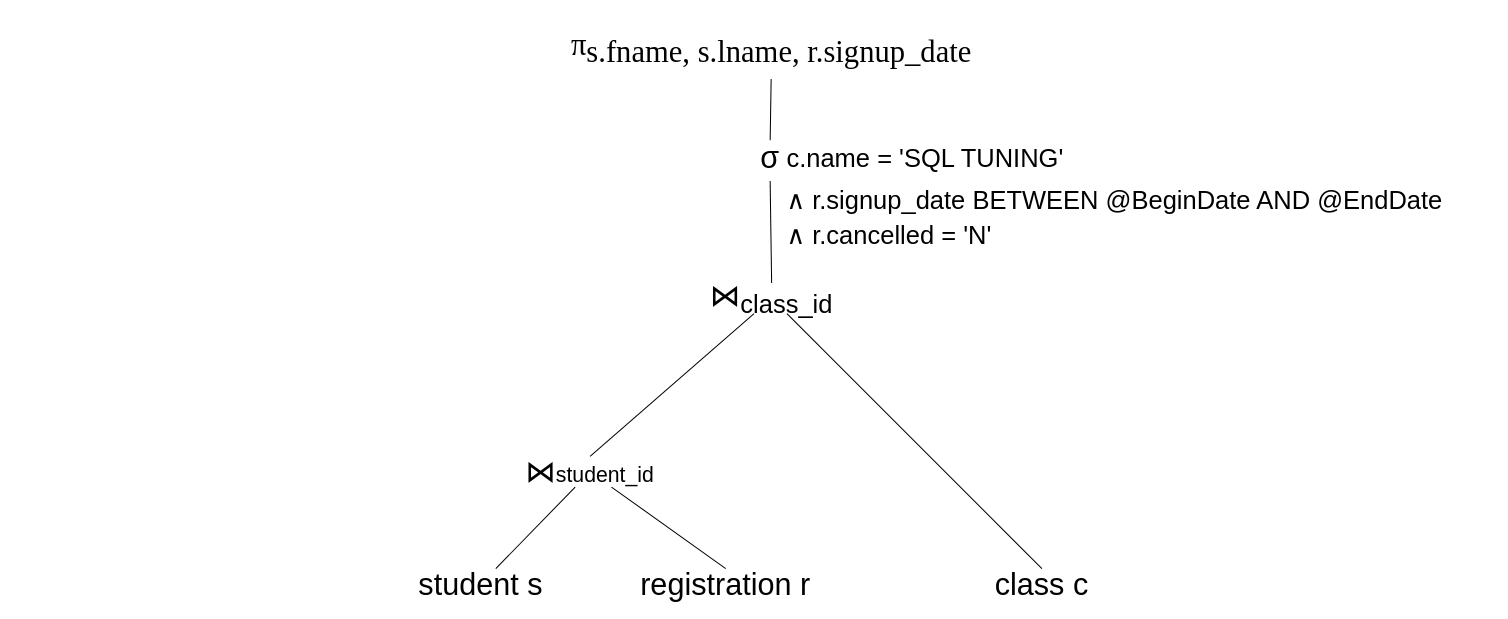
This is page "TH 1: raw" (1 of 4) of SQLTurning.drawio from nguyenhuy158/diagrams, a draw.io file, before an edit. Source tidied: cells renumbered, new cells numbered last; positions are measured from the earlier drawing's top-left corner, leaving out a move shared by most shapes. Both pictures are drawn from the tidied source at 102%, with x=0, y=0 at pixel (409, 17).
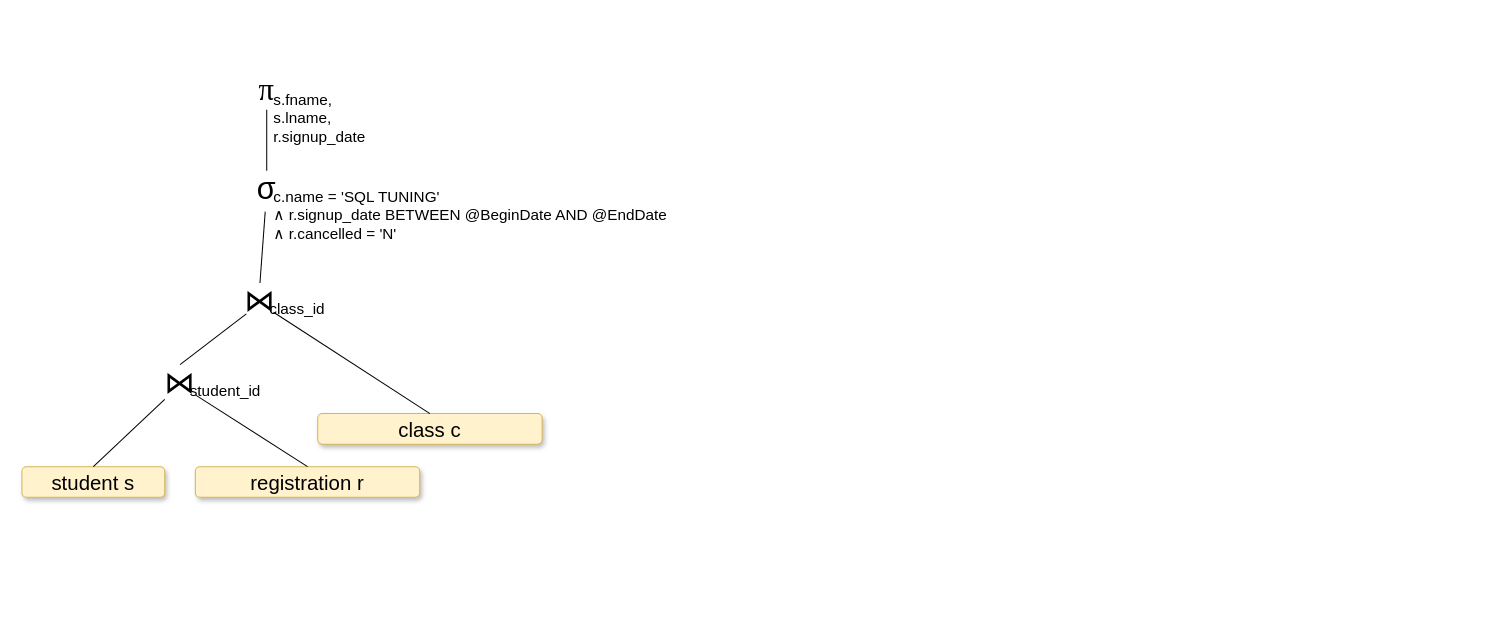
The same diagram, later.

What changed in the source:
```diff
@@
-    <mxCell id="2" style="rounded=0;jettySize=auto;html=1;fontSize=30;endArrow=none;endFill=0;" parent="1" edge="1" source="3" target="15">
-      <mxGeometry relative="1" as="geometry" />
-    </mxCell>
-    <mxCell id="3" value="&lt;span id=&quot;docs-internal-guid-24cfe74f-7fff-80c8-4b2b-47ca78d1e50c&quot; style=&quot;font-size: 30px;&quot;&gt;&lt;span style=&quot;font-size: 30px; font-family: &amp;quot;Times New Roman&amp;quot;; background-color: transparent; font-variant-numeric: normal; font-variant-east-asian: normal;&quot;&gt;π&lt;sub style=&quot;font-size: 30px;&quot;&gt;s.fname, s.lname, r.signup_date&lt;/sub&gt;&lt;/span&gt;&lt;/span&gt;" style="text;html=1;strokeColor=none;fillColor=none;align=center;verticalAlign=middle;whiteSpace=wrap;rounded=0;fontSize=30;" parent="1" vertex="1">
-      <mxGeometry x="145" width="420" height="60" as="geometry" />
-    </mxCell>
-    <mxCell id="4" style="rounded=0;jettySize=auto;html=1;fontSize=30;endArrow=none;endFill=0;" parent="1" edge="1" source="6" target="7">
-      <mxGeometry relative="1" as="geometry" />
-    </mxCell>
-    <mxCell id="5" style="edgeStyle=none;rounded=0;jettySize=auto;html=1;entryX=0.5;entryY=0;entryDx=0;entryDy=0;fontSize=30;endArrow=none;endFill=0;" parent="1" edge="1" source="6" target="8">
-      <mxGeometry relative="1" as="geometry" />
-    </mxCell>
-    <mxCell id="6" value="⋈&lt;span style=&quot;font-size: 20.8333px;&quot;&gt;student_id&lt;/span&gt;" style="text;html=1;strokeColor=none;fillColor=none;align=center;verticalAlign=middle;whiteSpace=wrap;rounded=0;fontSize=30;" parent="1" vertex="1">
-      <mxGeometry x="100" y="430" width="154" height="30" as="geometry" />
-    </mxCell>
-    <mxCell id="7" value="student s" style="text;html=1;strokeColor=none;fillColor=none;align=center;verticalAlign=middle;whiteSpace=wrap;rounded=0;fontSize=30;" parent="1" vertex="1">
-      <mxGeometry y="540" width="140" height="30" as="geometry" />
+    <mxCell id="7" value="student s" style="text;html=1;strokeColor=#d6b656;fillColor=#fff2cc;align=center;verticalAlign=middle;whiteSpace=wrap;rounded=1;fontSize=20;shadow=1;sketch=0;glass=0;" parent="1" vertex="1">
+      <mxGeometry x="-380" y="440" width="140" height="30" as="geometry" />
     </mxCell>
-    <mxCell id="8" value="registration r" style="text;html=1;strokeColor=none;fillColor=none;align=center;verticalAlign=middle;whiteSpace=wrap;rounded=0;fontSize=30;" parent="1" vertex="1">
-      <mxGeometry x="200" y="540" width="220" height="30" as="geometry" />
+    <mxCell id="8" value="registration r" style="text;html=1;strokeColor=#d6b656;fillColor=#fff2cc;align=center;verticalAlign=middle;whiteSpace=wrap;rounded=1;fontSize=20;shadow=1;sketch=0;glass=0;" parent="1" vertex="1">
+      <mxGeometry x="-210" y="440" width="220" height="30" as="geometry" />
     </mxCell>
-    <mxCell id="9" style="edgeStyle=none;rounded=0;jettySize=auto;html=1;entryX=0.5;entryY=0;entryDx=0;entryDy=0;fontSize=30;endArrow=none;endFill=0;" parent="1" edge="1" source="11" target="12">
-      <mxGeometry relative="1" as="geometry" />
-    </mxCell>
-    <mxCell id="10" style="rounded=0;jettySize=auto;html=1;entryX=0.5;entryY=0;entryDx=0;entryDy=0;endArrow=none;endFill=0;" parent="1" edge="1" source="11" target="6">
-      <mxGeometry relative="1" as="geometry" />
-    </mxCell>
-    <mxCell id="11" value="⋈&lt;sub&gt;class_id&lt;/sub&gt;" style="text;html=1;strokeColor=none;fillColor=none;align=center;verticalAlign=middle;whiteSpace=wrap;rounded=0;fontSize=30;" parent="1" vertex="1">
-      <mxGeometry x="278" y="260" width="154" height="30" as="geometry" />
-    </mxCell>
-    <mxCell id="12" value="class c" style="text;html=1;strokeColor=none;fillColor=none;align=center;verticalAlign=middle;whiteSpace=wrap;rounded=0;fontSize=30;" parent="1" vertex="1">
-      <mxGeometry x="510" y="540" width="220" height="30" as="geometry" />
+    <mxCell id="12" value="class c" style="text;html=1;strokeColor=#d6b656;fillColor=#fff2cc;align=center;verticalAlign=middle;whiteSpace=wrap;rounded=1;fontSize=20;shadow=1;sketch=0;glass=0;" parent="1" vertex="1">
+      <mxGeometry x="-90" y="388" width="220" height="30" as="geometry" />
     </mxCell>
-    <mxCell id="13" style="edgeStyle=orthogonalEdgeStyle;rounded=0;orthogonalLoop=1;jettySize=auto;html=1;exitX=0.5;exitY=1;exitDx=0;exitDy=0;" parent="1" edge="1" source="11" target="11">
-      <mxGeometry relative="1" as="geometry" />
+    <mxCell id="13" style="edgeStyle=orthogonalEdgeStyle;rounded=0;orthogonalLoop=1;jettySize=auto;html=1;exitX=0.5;exitY=1;exitDx=0;exitDy=0;" parent="1" edge="1">
+      <mxGeometry relative="1" as="geometry">
+        <mxPoint x="355" y="290" as="sourcePoint" />
+        <mxPoint x="355" y="290" as="targetPoint" />
+      </mxGeometry>
     </mxCell>
-    <mxCell id="14" style="group;" parent="1" vertex="1">
-      <mxGeometry x="310" y="120" width="750" height="100" as="geometry" />
-    </mxCell>
+    <mxCell id="18" style="rounded=0;jettySize=auto;html=1;entryX=0.5;entryY=0;entryDx=0;entryDy=0;endArrow=none;endFill=0;" parent="1" edge="1" source="20" target="15">
+      <mxGeometry relative="1" as="geometry" />
+    </mxCell>
+    <mxCell id="19" style="group;" parent="1" vertex="1">
+      <mxGeometry x="-160" y="50" width="260" height="100" as="geometry" />
+    </mxCell>
+    <mxCell id="20" value="&lt;span id=&quot;docs-internal-guid-24cfe74f-7fff-80c8-4b2b-47ca78d1e50c&quot; style=&quot;font-size: 30px;&quot;&gt;&lt;span style=&quot;font-size: 30px; font-family: &amp;quot;Times New Roman&amp;quot;; background-color: transparent; font-variant-numeric: normal; font-variant-east-asian: normal;&quot;&gt;π&lt;/span&gt;&lt;/span&gt;" style="text;html=1;strokeColor=none;fillColor=none;align=center;verticalAlign=middle;whiteSpace=wrap;rounded=0;fontSize=30;" parent="19" vertex="1">
+      <mxGeometry width="40" height="40" as="geometry" />
+    </mxCell>
+    <mxCell id="21" value="&lt;div style=&quot;&quot;&gt;s.fname,&lt;/div&gt;&lt;div style=&quot;&quot;&gt;s.lname,&lt;/div&gt;&lt;div style=&quot;&quot;&gt;r.signup_date&lt;br&gt;&lt;/div&gt;" style="text;html=1;strokeColor=none;fillColor=none;align=left;verticalAlign=middle;whiteSpace=wrap;rounded=0;fontSize=15;" parent="19" vertex="1">
+      <mxGeometry x="25" y="17" width="230" height="61" as="geometry" />
+    </mxCell>
+    <mxCell id="22" style="group;" parent="1" vertex="1">
+      <mxGeometry x="-160" y="150" width="470" height="110" as="geometry" />
+    </mxCell>
-    <mxCell id="15" value="σ&lt;sub&gt;&lt;br&gt;&lt;/sub&gt;" style="text;html=1;strokeColor=none;fillColor=none;align=center;verticalAlign=middle;whiteSpace=wrap;rounded=0;fontSize=30;" parent="14" vertex="1">
-      <mxGeometry width="86.5" height="40" as="geometry" />
+    <mxCell id="15" value="σ&lt;sub&gt;&lt;br&gt;&lt;/sub&gt;" style="text;html=1;strokeColor=none;fillColor=none;align=center;verticalAlign=middle;whiteSpace=wrap;rounded=0;fontSize=30;" parent="22" vertex="1">
+      <mxGeometry width="40" height="40" as="geometry" />
     </mxCell>
-    <mxCell id="16" value="&lt;sub&gt;c.name = 'SQL TUNING' &lt;br&gt;∧ r.signup_date BETWEEN @BeginDate AND @EndDate&amp;nbsp;&lt;br&gt;&lt;/sub&gt;&lt;span style=&quot;font-size: 25px;&quot;&gt;∧ r.cancelled = 'N'&lt;/span&gt;" style="text;html=1;strokeColor=none;fillColor=none;align=left;verticalAlign=middle;whiteSpace=wrap;rounded=0;fontSize=30;" parent="14" vertex="1">
-      <mxGeometry x="57.7" width="692.3" height="100" as="geometry" />
+    <mxCell id="16" value="&lt;div style=&quot;&quot;&gt;&lt;div style=&quot;&quot;&gt;c.name = 'SQL TUNING'&lt;/div&gt;&lt;div style=&quot;&quot;&gt;∧ r.signup_date BETWEEN @BeginDate AND @EndDate&amp;nbsp;&lt;/div&gt;&lt;div style=&quot;&quot;&gt;∧ r.cancelled = 'N'&lt;/div&gt;&lt;/div&gt;" style="text;html=1;strokeColor=none;fillColor=none;align=left;verticalAlign=middle;whiteSpace=wrap;rounded=0;fontSize=15;" parent="22" vertex="1">
+      <mxGeometry x="25" y="14" width="440" height="57" as="geometry" />
     </mxCell>
-    <mxCell id="17" style="rounded=0;jettySize=auto;html=1;entryX=0.5;entryY=0;entryDx=0;entryDy=0;endArrow=none;endFill=0;" parent="1" edge="1" source="15" target="11">
-      <mxGeometry relative="1" as="geometry" />
-    </mxCell>
+    <mxCell id="23" style="group;" parent="1" vertex="1">
+      <mxGeometry x="-160" y="260" width="80" height="40" as="geometry" />
+    </mxCell>
+    <mxCell id="24" value="⋈&lt;sub&gt;&lt;br&gt;&lt;/sub&gt;" style="text;html=1;strokeColor=none;fillColor=none;align=center;verticalAlign=middle;whiteSpace=wrap;rounded=0;fontSize=30;" parent="23" vertex="1">
+      <mxGeometry width="26.7" height="40" as="geometry" />
+    </mxCell>
+    <mxCell id="25" value="&lt;div style=&quot;&quot;&gt;class_id&lt;br&gt;&lt;/div&gt;" style="text;html=1;strokeColor=none;fillColor=none;align=left;verticalAlign=middle;whiteSpace=wrap;rounded=0;fontSize=15;" parent="23" vertex="1">
+      <mxGeometry x="20.6" y="15" width="59.5" height="20" as="geometry" />
+    </mxCell>
+    <mxCell id="26" style="group;" parent="1" vertex="1">
+      <mxGeometry x="-240" y="340" width="100" height="40" as="geometry" />
+    </mxCell>
+    <mxCell id="27" value="⋈&lt;sub&gt;&lt;br&gt;&lt;/sub&gt;" style="text;html=1;strokeColor=none;fillColor=none;align=center;verticalAlign=middle;whiteSpace=wrap;rounded=0;fontSize=30;" parent="26" vertex="1">
+      <mxGeometry width="30" height="40" as="geometry" />
+    </mxCell>
+    <mxCell id="28" value="&lt;div style=&quot;&quot;&gt;student_id&lt;br&gt;&lt;/div&gt;" style="text;html=1;strokeColor=none;fillColor=none;align=left;verticalAlign=middle;whiteSpace=wrap;rounded=0;fontSize=15;" parent="26" vertex="1">
+      <mxGeometry x="23.1" y="15" width="76.9" height="20" as="geometry" />
+    </mxCell>
+    <mxCell id="29" style="edgeStyle=none;rounded=0;sketch=0;jettySize=auto;html=1;entryX=0.5;entryY=0;entryDx=0;entryDy=0;shadow=0;fontSize=20;endArrow=none;endFill=0;" parent="1" edge="1" source="15" target="24">
+      <mxGeometry relative="1" as="geometry" />
+    </mxCell>
+    <mxCell id="30" style="edgeStyle=none;rounded=0;sketch=0;jettySize=auto;html=1;entryX=0.5;entryY=0;entryDx=0;entryDy=0;shadow=0;fontSize=20;endArrow=none;endFill=0;" parent="1" edge="1" source="24" target="27">
+      <mxGeometry relative="1" as="geometry" />
+    </mxCell>
+    <mxCell id="31" style="edgeStyle=none;rounded=0;sketch=0;jettySize=auto;html=1;entryX=0.5;entryY=0;entryDx=0;entryDy=0;shadow=0;fontSize=20;endArrow=none;endFill=0;" parent="1" edge="1" source="27" target="7">
+      <mxGeometry relative="1" as="geometry" />
+    </mxCell>
+    <mxCell id="32" style="edgeStyle=none;rounded=0;sketch=0;jettySize=auto;html=1;entryX=0.5;entryY=0;entryDx=0;entryDy=0;shadow=0;fontSize=20;endArrow=none;endFill=0;" parent="1" edge="1" source="27" target="8">
+      <mxGeometry relative="1" as="geometry" />
+    </mxCell>
+    <mxCell id="33" style="edgeStyle=none;rounded=0;sketch=0;jettySize=auto;html=1;entryX=0.5;entryY=0;entryDx=0;entryDy=0;shadow=0;fontSize=20;endArrow=none;endFill=0;" parent="1" edge="1" source="24" target="12">
+      <mxGeometry relative="1" as="geometry" />
+    </mxCell>
```
